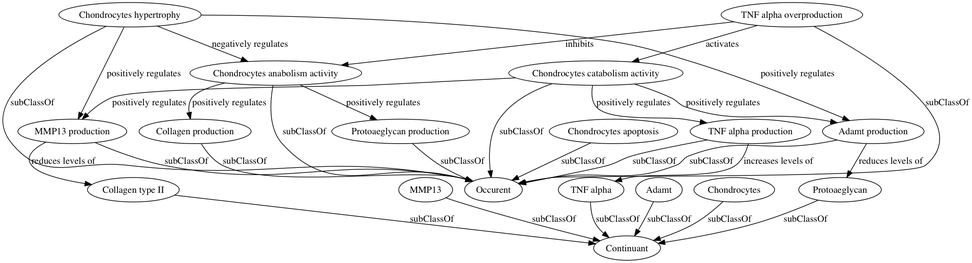
Earlier version of the Graphviz export shared/dot/digraph.png (plumdeq/grontocrawler). Its source is kept beside it as shared/dot/digraph.dot.
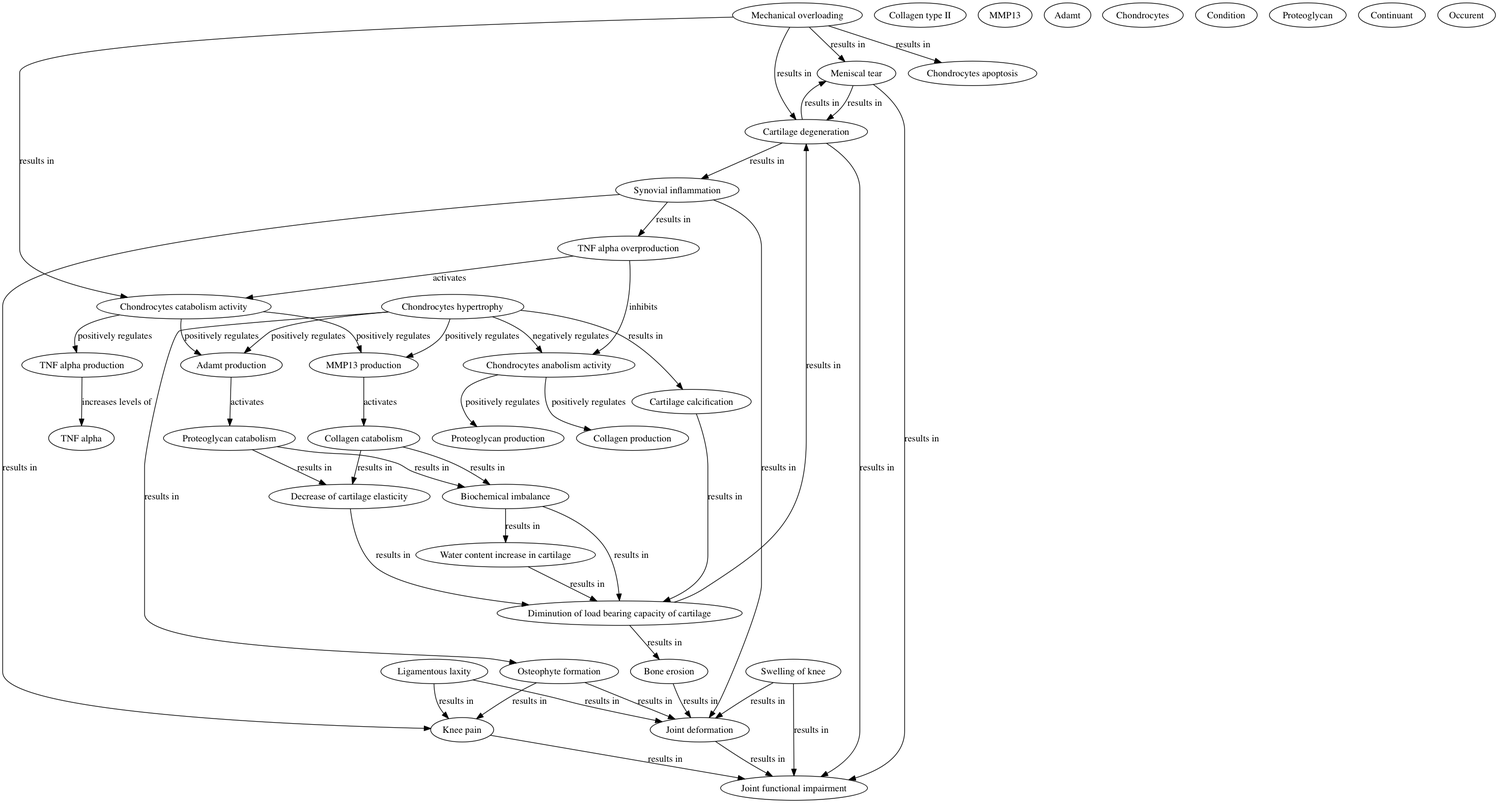
The same diagram one commit later.

Commit message:
updates the hypothesis ontology to include all causal relations

Diff of the diagram source:
```diff
@@ -1,49 +1,86 @@
 digraph g {
-"http://plumdeq.xyz/ontologies/hypothesis/Collagen_production" [label="Collagen production"] ;
+"http://plumdeq.xyz/ontologies/hypothesis/Joint_functional_impairment" [label="Joint functional impairment"] ;
+"http://plumdeq.xyz/ontologies/hypothesis/Mechanical_overloading" [label="Mechanical overloading"] ;
+"http://plumdeq.xyz/ontologies/hypothesis/TNF_alpha_production" [label="TNF alpha production"] ;
 "http://plumdeq.xyz/ontologies/hypothesis/Adamt_production" [label="Adamt production"] ;
-"http://plumdeq.xyz/ontologies/hypothesis/MMP13_production" [label="MMP13 production"] ;
-"http://plumdeq.xyz/ontologies/hypothesis/MMP13" [label="MMP13"] ;
-"http://plumdeq.xyz/ontologies/hypothesis/Protoaeglycan" [label="Protoaeglycan"] ;
-"http://plumdeq.xyz/ontologies/hypothesis/Continuant" [label="Continuant"] ;
 "http://plumdeq.xyz/ontologies/hypothesis/Chondrocytes_catabolism_activity" [label="Chondrocytes catabolism activity"] ;
 "http://plumdeq.xyz/ontologies/hypothesis/TNF_alpha" [label="TNF alpha"] ;
+"http://plumdeq.xyz/ontologies/hypothesis/Chondrocytes_hypertrophy" [label="Chondrocytes hypertrophy"] ;
+"http://plumdeq.xyz/ontologies/hypothesis/Osteophyte_formation" [label="Osteophyte formation"] ;
+"http://plumdeq.xyz/ontologies/hypothesis/Diminution_of_load_bearing_capacity_of_cartilage" [label="Diminution of load bearing capacity of cartilage"] ;
+"http://plumdeq.xyz/ontologies/hypothesis/TNF_alpha_overproduction" [label="TNF alpha overproduction"] ;
+"http://plumdeq.xyz/ontologies/hypothesis/Cartilage_calcification" [label="Cartilage calcification"] ;
+"http://plumdeq.xyz/ontologies/hypothesis/Collagen_type_II" [label="Collagen type II"] ;
+"http://plumdeq.xyz/ontologies/hypothesis/Collagen_production" [label="Collagen production"] ;
+"http://plumdeq.xyz/ontologies/hypothesis/MMP13" [label="MMP13"] ;
+"http://plumdeq.xyz/ontologies/hypothesis/Meniscal_tear" [label="Meniscal tear"] ;
+"http://plumdeq.xyz/ontologies/hypothesis/Swelling_of_knee" [label="Swelling of knee"] ;
 "http://plumdeq.xyz/ontologies/hypothesis/Chondrocytes_anabolism_activity" [label="Chondrocytes anabolism activity"] ;
 "http://plumdeq.xyz/ontologies/hypothesis/Adamt" [label="Adamt"] ;
+"http://plumdeq.xyz/ontologies/hypothesis/Chondrocytes" [label="Chondrocytes"] ;
+"http://plumdeq.xyz/ontologies/hypothesis/Water_content_increase_in_cartilage" [label="Water content increase in cartilage"] ;
+"http://plumdeq.xyz/ontologies/hypothesis/Condition" [label="Condition"] ;
+"http://plumdeq.xyz/ontologies/hypothesis/Proteoglycan" [label="Proteoglycan"] ;
+"http://plumdeq.xyz/ontologies/hypothesis/Synovial_inflammation" [label="Synovial inflammation"] ;
+"http://plumdeq.xyz/ontologies/hypothesis/Continuant" [label="Continuant"] ;
+"http://plumdeq.xyz/ontologies/hypothesis/Collagen_catabolism" [label="Collagen catabolism"] ;
+"http://plumdeq.xyz/ontologies/hypothesis/Joint_deformation" [label="Joint deformation"] ;
 "http://plumdeq.xyz/ontologies/hypothesis/Occurent" [label="Occurent"] ;
-"http://plumdeq.xyz/ontologies/hypothesis/Chondrocytes" [label="Chondrocytes"] ;
-"http://plumdeq.xyz/ontologies/hypothesis/Protoaeglycan_production" [label="Protoaeglycan production"] ;
-"http://plumdeq.xyz/ontologies/hypothesis/TNF_alpha_production" [label="TNF alpha production"] ;
-"http://plumdeq.xyz/ontologies/hypothesis/Chondrocytes_hypertrophy" [label="Chondrocytes hypertrophy"] ;
-"http://plumdeq.xyz/ontologies/hypothesis/TNF_alpha_overproduction" [label="TNF alpha overproduction"] ;
+"http://plumdeq.xyz/ontologies/hypothesis/Proteoglycan_catabolism" [label="Proteoglycan catabolism"] ;
+"http://plumdeq.xyz/ontologies/hypothesis/Cartilage_degeneration" [label="Cartilage degeneration"] ;
+"http://plumdeq.xyz/ontologies/hypothesis/Ligamentous_laxity" [label="Ligamentous laxity"] ;
+"http://plumdeq.xyz/ontologies/hypothesis/MMP13_production" [label="MMP13 production"] ;
+"http://plumdeq.xyz/ontologies/hypothesis/Biochemical_imbalance" [label="Biochemical imbalance"] ;
+"http://plumdeq.xyz/ontologies/hypothesis/Decrease_of_cartilage_elasticity" [label="Decrease of cartilage elasticity"] ;
+"http://plumdeq.xyz/ontologies/hypothesis/Bone_erosion" [label="Bone erosion"] ;
+"http://plumdeq.xyz/ontologies/hypothesis/Proteoglycan_production" [label="Proteoglycan production"] ;
+"http://plumdeq.xyz/ontologies/hypothesis/Knee_pain" [label="Knee pain"] ;
 "http://plumdeq.xyz/ontologies/hypothesis/Chondrocytes_apoptosis" [label="Chondrocytes apoptosis"] ;
-"http://plumdeq.xyz/ontologies/hypothesis/Collagen_type_II" [label="Collagen type II"] ;
-"http://plumdeq.xyz/ontologies/hypothesis/Collagen_production" -> "http://plumdeq.xyz/ontologies/hypothesis/Occurent" [label="subClassOf"] ;
-"http://plumdeq.xyz/ontologies/hypothesis/Adamt_production" -> "http://plumdeq.xyz/ontologies/hypothesis/Protoaeglycan" [label="reduces levels of"] ;
-"http://plumdeq.xyz/ontologies/hypothesis/Adamt_production" -> "http://plumdeq.xyz/ontologies/hypothesis/Occurent" [label="subClassOf"] ;
-"http://plumdeq.xyz/ontologies/hypothesis/MMP13_production" -> "http://plumdeq.xyz/ontologies/hypothesis/Collagen_type_II" [label="reduces levels of"] ;
-"http://plumdeq.xyz/ontologies/hypothesis/MMP13_production" -> "http://plumdeq.xyz/ontologies/hypothesis/Occurent" [label="subClassOf"] ;
-"http://plumdeq.xyz/ontologies/hypothesis/MMP13" -> "http://plumdeq.xyz/ontologies/hypothesis/Continuant" [label="subClassOf"] ;
-"http://plumdeq.xyz/ontologies/hypothesis/Protoaeglycan" -> "http://plumdeq.xyz/ontologies/hypothesis/Continuant" [label="subClassOf"] ;
+"http://plumdeq.xyz/ontologies/hypothesis/Mechanical_overloading" -> "http://plumdeq.xyz/ontologies/hypothesis/Cartilage_degeneration" [label="results in"] ;
+"http://plumdeq.xyz/ontologies/hypothesis/Mechanical_overloading" -> "http://plumdeq.xyz/ontologies/hypothesis/Meniscal_tear" [label="results in"] ;
+"http://plumdeq.xyz/ontologies/hypothesis/Mechanical_overloading" -> "http://plumdeq.xyz/ontologies/hypothesis/Chondrocytes_apoptosis" [label="results in"] ;
+"http://plumdeq.xyz/ontologies/hypothesis/Mechanical_overloading" -> "http://plumdeq.xyz/ontologies/hypothesis/Chondrocytes_catabolism_activity" [label="results in"] ;
+"http://plumdeq.xyz/ontologies/hypothesis/TNF_alpha_production" -> "http://plumdeq.xyz/ontologies/hypothesis/TNF_alpha" [label="increases levels of"] ;
+"http://plumdeq.xyz/ontologies/hypothesis/Adamt_production" -> "http://plumdeq.xyz/ontologies/hypothesis/Proteoglycan_catabolism" [label="activates"] ;
 "http://plumdeq.xyz/ontologies/hypothesis/Chondrocytes_catabolism_activity" -> "http://plumdeq.xyz/ontologies/hypothesis/TNF_alpha_production" [label="positively regulates"] ;
 "http://plumdeq.xyz/ontologies/hypothesis/Chondrocytes_catabolism_activity" -> "http://plumdeq.xyz/ontologies/hypothesis/Adamt_production" [label="positively regulates"] ;
 "http://plumdeq.xyz/ontologies/hypothesis/Chondrocytes_catabolism_activity" -> "http://plumdeq.xyz/ontologies/hypothesis/MMP13_production" [label="positively regulates"] ;
-"http://plumdeq.xyz/ontologies/hypothesis/Chondrocytes_catabolism_activity" -> "http://plumdeq.xyz/ontologies/hypothesis/Occurent" [label="subClassOf"] ;
-"http://plumdeq.xyz/ontologies/hypothesis/TNF_alpha" -> "http://plumdeq.xyz/ontologies/hypothesis/Continuant" [label="subClassOf"] ;
-"http://plumdeq.xyz/ontologies/hypothesis/Chondrocytes_anabolism_activity" -> "http://plumdeq.xyz/ontologies/hypothesis/Collagen_production" [label="positively regulates"] ;
-"http://plumdeq.xyz/ontologies/hypothesis/Chondrocytes_anabolism_activity" -> "http://plumdeq.xyz/ontologies/hypothesis/Protoaeglycan_production" [label="positively regulates"] ;
-"http://plumdeq.xyz/ontologies/hypothesis/Chondrocytes_anabolism_activity" -> "http://plumdeq.xyz/ontologies/hypothesis/Occurent" [label="subClassOf"] ;
-"http://plumdeq.xyz/ontologies/hypothesis/Adamt" -> "http://plumdeq.xyz/ontologies/hypothesis/Continuant" [label="subClassOf"] ;
-"http://plumdeq.xyz/ontologies/hypothesis/Chondrocytes" -> "http://plumdeq.xyz/ontologies/hypothesis/Continuant" [label="subClassOf"] ;
-"http://plumdeq.xyz/ontologies/hypothesis/Protoaeglycan_production" -> "http://plumdeq.xyz/ontologies/hypothesis/Occurent" [label="subClassOf"] ;
-"http://plumdeq.xyz/ontologies/hypothesis/TNF_alpha_production" -> "http://plumdeq.xyz/ontologies/hypothesis/TNF_alpha" [label="increases levels of"] ;
-"http://plumdeq.xyz/ontologies/hypothesis/TNF_alpha_production" -> "http://plumdeq.xyz/ontologies/hypothesis/Occurent" [label="subClassOf"] ;
 "http://plumdeq.xyz/ontologies/hypothesis/Chondrocytes_hypertrophy" -> "http://plumdeq.xyz/ontologies/hypothesis/Chondrocytes_anabolism_activity" [label="negatively regulates"] ;
+"http://plumdeq.xyz/ontologies/hypothesis/Chondrocytes_hypertrophy" -> "http://plumdeq.xyz/ontologies/hypothesis/Osteophyte_formation" [label="results in"] ;
 "http://plumdeq.xyz/ontologies/hypothesis/Chondrocytes_hypertrophy" -> "http://plumdeq.xyz/ontologies/hypothesis/Adamt_production" [label="positively regulates"] ;
 "http://plumdeq.xyz/ontologies/hypothesis/Chondrocytes_hypertrophy" -> "http://plumdeq.xyz/ontologies/hypothesis/MMP13_production" [label="positively regulates"] ;
-"http://plumdeq.xyz/ontologies/hypothesis/Chondrocytes_hypertrophy" -> "http://plumdeq.xyz/ontologies/hypothesis/Occurent" [label="subClassOf"] ;
+"http://plumdeq.xyz/ontologies/hypothesis/Chondrocytes_hypertrophy" -> "http://plumdeq.xyz/ontologies/hypothesis/Cartilage_calcification" [label="results in"] ;
+"http://plumdeq.xyz/ontologies/hypothesis/Osteophyte_formation" -> "http://plumdeq.xyz/ontologies/hypothesis/Joint_deformation" [label="results in"] ;
+"http://plumdeq.xyz/ontologies/hypothesis/Osteophyte_formation" -> "http://plumdeq.xyz/ontologies/hypothesis/Knee_pain" [label="results in"] ;
+"http://plumdeq.xyz/ontologies/hypothesis/Diminution_of_load_bearing_capacity_of_cartilage" -> "http://plumdeq.xyz/ontologies/hypothesis/Cartilage_degeneration" [label="results in"] ;
+"http://plumdeq.xyz/ontologies/hypothesis/Diminution_of_load_bearing_capacity_of_cartilage" -> "http://plumdeq.xyz/ontologies/hypothesis/Bone_erosion" [label="results in"] ;
 "http://plumdeq.xyz/ontologies/hypothesis/TNF_alpha_overproduction" -> "http://plumdeq.xyz/ontologies/hypothesis/Chondrocytes_anabolism_activity" [label="inhibits"] ;
 "http://plumdeq.xyz/ontologies/hypothesis/TNF_alpha_overproduction" -> "http://plumdeq.xyz/ontologies/hypothesis/Chondrocytes_catabolism_activity" [label="activates"] ;
-"http://plumdeq.xyz/ontologies/hypothesis/TNF_alpha_overproduction" -> "http://plumdeq.xyz/ontologies/hypothesis/Occurent" [label="subClassOf"] ;
-"http://plumdeq.xyz/ontologies/hypothesis/Chondrocytes_apoptosis" -> "http://plumdeq.xyz/ontologies/hypothesis/Occurent" [label="subClassOf"] ;
-"http://plumdeq.xyz/ontologies/hypothesis/Collagen_type_II" -> "http://plumdeq.xyz/ontologies/hypothesis/Continuant" [label="subClassOf"] ;
+"http://plumdeq.xyz/ontologies/hypothesis/Cartilage_calcification" -> "http://plumdeq.xyz/ontologies/hypothesis/Diminution_of_load_bearing_capacity_of_cartilage" [label="results in"] ;
+"http://plumdeq.xyz/ontologies/hypothesis/Meniscal_tear" -> "http://plumdeq.xyz/ontologies/hypothesis/Cartilage_degeneration" [label="results in"] ;
+"http://plumdeq.xyz/ontologies/hypothesis/Meniscal_tear" -> "http://plumdeq.xyz/ontologies/hypothesis/Joint_functional_impairment" [label="results in"] ;
+"http://plumdeq.xyz/ontologies/hypothesis/Swelling_of_knee" -> "http://plumdeq.xyz/ontologies/hypothesis/Joint_functional_impairment" [label="results in"] ;
+"http://plumdeq.xyz/ontologies/hypothesis/Swelling_of_knee" -> "http://plumdeq.xyz/ontologies/hypothesis/Joint_deformation" [label="results in"] ;
+"http://plumdeq.xyz/ontologies/hypothesis/Chondrocytes_anabolism_activity" -> "http://plumdeq.xyz/ontologies/hypothesis/Collagen_production" [label="positively regulates"] ;
+"http://plumdeq.xyz/ontologies/hypothesis/Chondrocytes_anabolism_activity" -> "http://plumdeq.xyz/ontologies/hypothesis/Proteoglycan_production" [label="positively regulates"] ;
+"http://plumdeq.xyz/ontologies/hypothesis/Water_content_increase_in_cartilage" -> "http://plumdeq.xyz/ontologies/hypothesis/Diminution_of_load_bearing_capacity_of_cartilage" [label="results in"] ;
+"http://plumdeq.xyz/ontologies/hypothesis/Synovial_inflammation" -> "http://plumdeq.xyz/ontologies/hypothesis/Joint_deformation" [label="results in"] ;
+"http://plumdeq.xyz/ontologies/hypothesis/Synovial_inflammation" -> "http://plumdeq.xyz/ontologies/hypothesis/TNF_alpha_overproduction" [label="results in"] ;
+"http://plumdeq.xyz/ontologies/hypothesis/Synovial_inflammation" -> "http://plumdeq.xyz/ontologies/hypothesis/Knee_pain" [label="results in"] ;
+"http://plumdeq.xyz/ontologies/hypothesis/Collagen_catabolism" -> "http://plumdeq.xyz/ontologies/hypothesis/Biochemical_imbalance" [label="results in"] ;
+"http://plumdeq.xyz/ontologies/hypothesis/Collagen_catabolism" -> "http://plumdeq.xyz/ontologies/hypothesis/Decrease_of_cartilage_elasticity" [label="results in"] ;
+"http://plumdeq.xyz/ontologies/hypothesis/Joint_deformation" -> "http://plumdeq.xyz/ontologies/hypothesis/Joint_functional_impairment" [label="results in"] ;
+"http://plumdeq.xyz/ontologies/hypothesis/Proteoglycan_catabolism" -> "http://plumdeq.xyz/ontologies/hypothesis/Biochemical_imbalance" [label="results in"] ;
+"http://plumdeq.xyz/ontologies/hypothesis/Proteoglycan_catabolism" -> "http://plumdeq.xyz/ontologies/hypothesis/Decrease_of_cartilage_elasticity" [label="results in"] ;
+"http://plumdeq.xyz/ontologies/hypothesis/Cartilage_degeneration" -> "http://plumdeq.xyz/ontologies/hypothesis/Joint_functional_impairment" [label="results in"] ;
+"http://plumdeq.xyz/ontologies/hypothesis/Cartilage_degeneration" -> "http://plumdeq.xyz/ontologies/hypothesis/Synovial_inflammation" [label="results in"] ;
+"http://plumdeq.xyz/ontologies/hypothesis/Cartilage_degeneration" -> "http://plumdeq.xyz/ontologies/hypothesis/Meniscal_tear" [label="results in"] ;
+"http://plumdeq.xyz/ontologies/hypothesis/Ligamentous_laxity" -> "http://plumdeq.xyz/ontologies/hypothesis/Joint_deformation" [label="results in"] ;
+"http://plumdeq.xyz/ontologies/hypothesis/Ligamentous_laxity" -> "http://plumdeq.xyz/ontologies/hypothesis/Knee_pain" [label="results in"] ;
+"http://plumdeq.xyz/ontologies/hypothesis/MMP13_production" -> "http://plumdeq.xyz/ontologies/hypothesis/Collagen_catabolism" [label="activates"] ;
+"http://plumdeq.xyz/ontologies/hypothesis/Biochemical_imbalance" -> "http://plumdeq.xyz/ontologies/hypothesis/Water_content_increase_in_cartilage" [label="results in"] ;
+"http://plumdeq.xyz/ontologies/hypothesis/Biochemical_imbalance" -> "http://plumdeq.xyz/ontologies/hypothesis/Diminution_of_load_bearing_capacity_of_cartilage" [label="results in"] ;
+"http://plumdeq.xyz/ontologies/hypothesis/Decrease_of_cartilage_elasticity" -> "http://plumdeq.xyz/ontologies/hypothesis/Diminution_of_load_bearing_capacity_of_cartilage" [label="results in"] ;
+"http://plumdeq.xyz/ontologies/hypothesis/Bone_erosion" -> "http://plumdeq.xyz/ontologies/hypothesis/Joint_deformation" [label="results in"] ;
+"http://plumdeq.xyz/ontologies/hypothesis/Knee_pain" -> "http://plumdeq.xyz/ontologies/hypothesis/Joint_functional_impairment" [label="results in"] ;
 }
```
